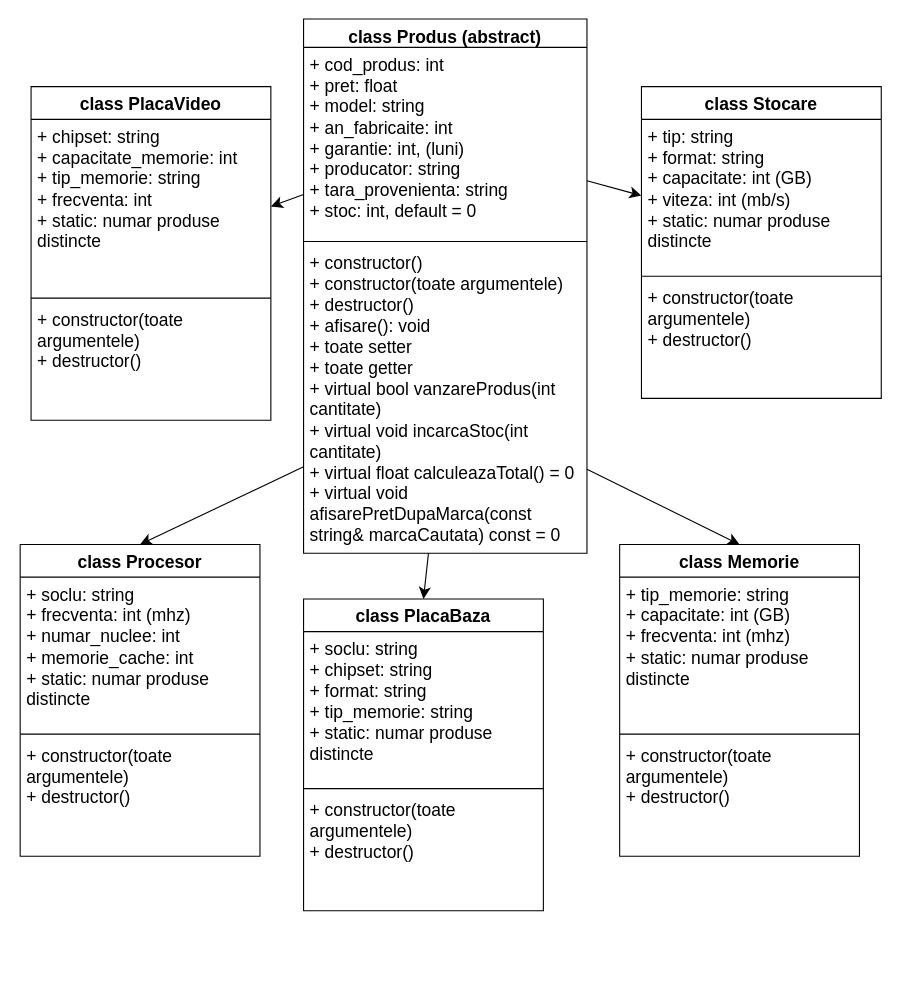
and-eu/Proiect_POO keeps this draw.io diagram as diagrame/clase.drawio. Above is the earlier version. Source tidied: cells renumbered, new cells numbered last; positions are measured from the earlier drawing's top-left corner, leaving out a move shared by most shapes. Both pictures are drawn from the tidied source at 109%, with x=0, y=0 at pixel (20, 19).
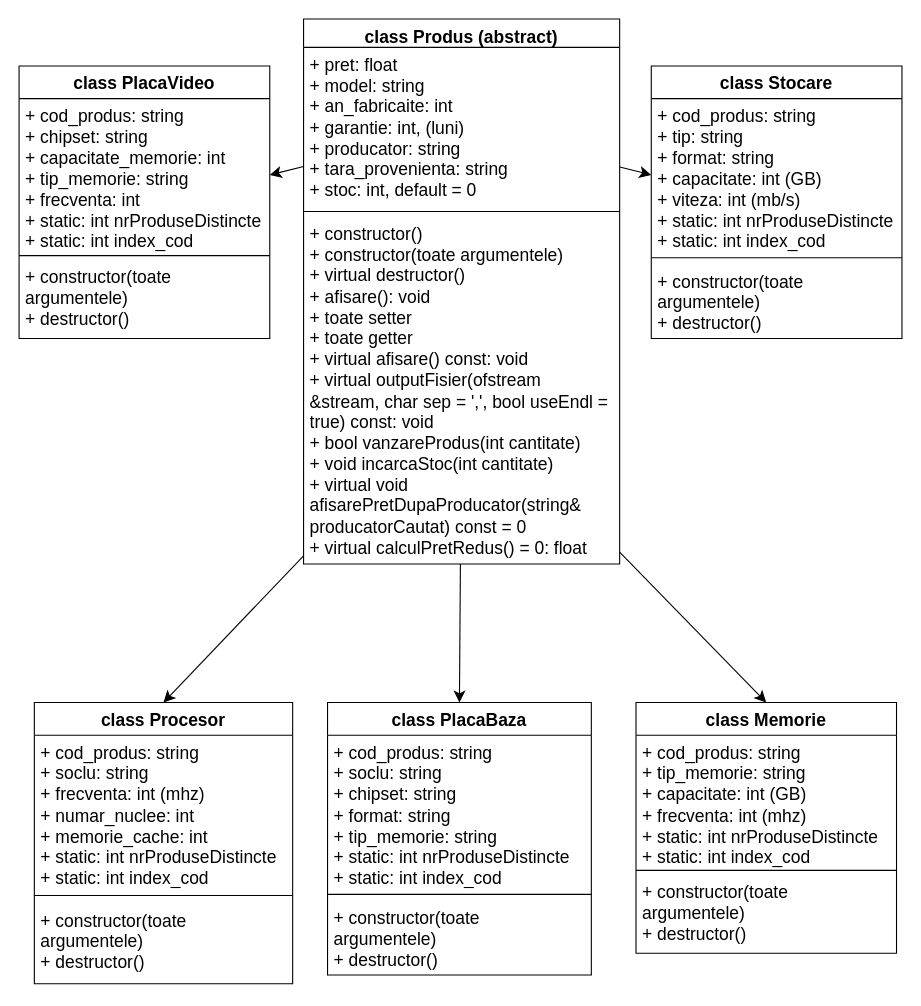
Above is the later version.

Commit message:
corecturi aduse diagramei clase

What changed in the source:
```diff
@@
     <mxCell id="2" value="class Produs (abstract)" style="swimlane;fontStyle=1;align=center;verticalAlign=top;horizontal=1;startSize=26;whiteSpace=wrap;html=1;fontSize=16;" parent="1" vertex="1">
-      <mxGeometry x="260" width="260" height="490" as="geometry" />
+      <mxGeometry x="260" width="290" height="500" as="geometry" />
     </mxCell>
-    <mxCell id="3" value="+ cod_produs: int&lt;br&gt;+&amp;nbsp;pret: float&lt;br&gt;+ model: string&lt;br&gt;+&amp;nbsp;an_fabricaite: int&lt;br&gt;+ garantie: int, (luni)&lt;br&gt;+ producator: string&lt;br&gt;+ tara_provenienta: string&lt;br&gt;+ stoc: int, default = 0" style="text;strokeColor=none;fillColor=none;align=left;verticalAlign=top;spacingLeft=4;spacingRight=4;overflow=hidden;points=[[0,0.5],[1,0.5]];portConstraint=eastwest;whiteSpace=wrap;html=1;fontSize=16;" parent="2" vertex="1">
-      <mxGeometry y="26" width="260" height="174" as="geometry" />
+    <mxCell id="3" value="+&amp;nbsp;pret: float&lt;br&gt;+ model: string&lt;br&gt;+&amp;nbsp;an_fabricaite: int&lt;br&gt;+ garantie: int, (luni)&lt;br&gt;+ producator: string&lt;br&gt;+ tara_provenienta: string&lt;br&gt;+ stoc: int, default = 0" style="text;strokeColor=none;fillColor=none;align=left;verticalAlign=top;spacingLeft=4;spacingRight=4;overflow=hidden;points=[[0,0.5],[1,0.5]];portConstraint=eastwest;whiteSpace=wrap;html=1;fontSize=16;" parent="2" vertex="1">
+      <mxGeometry y="26" width="290" height="146" as="geometry" />
     </mxCell>
     <mxCell id="4" style="line;strokeWidth=1;fillColor=none;align=left;verticalAlign=middle;spacingTop=-1;spacingLeft=3;spacingRight=3;labelPosition=right;strokeColor=inherit;fontSize=16;" parent="2" vertex="1">
-      <mxGeometry y="200" width="260" height="8" as="geometry" />
+      <mxGeometry y="172" width="290" height="9" as="geometry" />
     </mxCell>
-    <mxCell id="5" value="+ constructor()&lt;br&gt;+ constructor(toate argumentele)&lt;br&gt;+ destructor()&lt;br&gt;+ afisare(): void&lt;br&gt;+ toate setter&lt;br&gt;+ toate getter&lt;br&gt;+ virtual bool vanzareProdus(int cantitate)&lt;br&gt;+ virtual void incarcaStoc(int cantitate)&lt;br&gt;+&amp;nbsp;virtual float calculeazaTotal() = 0&lt;br&gt;+ virtual void afisarePretDupaMarca(const string&amp;amp; marcaCautata) const = 0" style="text;strokeColor=none;fillColor=none;align=left;verticalAlign=top;spacingLeft=4;spacingRight=4;overflow=hidden;points=[[0,0.5],[1,0.5]];portConstraint=eastwest;whiteSpace=wrap;html=1;fontSize=16;" parent="2" vertex="1">
-      <mxGeometry y="208" width="260" height="282" as="geometry" />
+    <mxCell id="5" value="+ constructor()&lt;br&gt;+ constructor(toate argumentele)&lt;br&gt;+ virtual destructor()&lt;br&gt;+ afisare(): void&lt;br&gt;+ toate setter&lt;br&gt;+ toate getter&lt;br&gt;+&amp;nbsp;virtual afisare() const: void&amp;nbsp;&lt;br&gt;+&amp;nbsp;virtual outputFisier(ofstream &amp;amp;stream, char sep = ',', bool useEndl = true) const: void&amp;nbsp;&lt;br&gt;+ bool vanzareProdus(int cantitate)&lt;br&gt;+ void incarcaStoc(int cantitate)&lt;br&gt;+ virtual void afisarePretDupaProducator(string&amp;amp; producatorCautat) const = 0&lt;br&gt;+&amp;nbsp;virtual calculPretRedus() = 0: float&amp;nbsp;" style="text;strokeColor=none;fillColor=none;align=left;verticalAlign=top;spacingLeft=4;spacingRight=4;overflow=hidden;points=[[0,0.5],[1,0.5]];portConstraint=eastwest;whiteSpace=wrap;html=1;fontSize=16;" parent="2" vertex="1">
+      <mxGeometry y="181" width="290" height="319" as="geometry" />
     </mxCell>
     <mxCell id="6" value="class Procesor" style="swimlane;fontStyle=1;align=center;verticalAlign=top;horizontal=1;startSize=30;whiteSpace=wrap;html=1;fontSize=16;" parent="1" vertex="1">
-      <mxGeometry y="482" width="220" height="286" as="geometry" />
+      <mxGeometry x="13" y="627" width="237" height="258" as="geometry" />
     </mxCell>
-    <mxCell id="7" value="+ soclu: string&lt;br&gt;+ frecventa: int (mhz)&lt;br&gt;+ numar_nuclee: int&lt;br&gt;+ memorie_cache: int&lt;br&gt;+ static: numar produse distincte" style="text;strokeColor=none;fillColor=none;align=left;verticalAlign=top;spacingLeft=4;spacingRight=4;overflow=hidden;whiteSpace=wrap;html=1;fontSize=16;" parent="6" vertex="1">
-      <mxGeometry y="30" width="220" height="140" as="geometry" />
+    <mxCell id="7" value="+ cod_produs: string&lt;br&gt;+ soclu: string&lt;br&gt;+ frecventa: int (mhz)&lt;br&gt;+ numar_nuclee: int&lt;br&gt;+ memorie_cache: int&lt;br&gt;+ static: int nrProduseDistincte&lt;br style=&quot;border-color: var(--border-color);&quot;&gt;+&amp;nbsp;static: int index_cod" style="text;strokeColor=none;fillColor=none;align=left;verticalAlign=top;spacingLeft=4;spacingRight=4;overflow=hidden;whiteSpace=wrap;html=1;fontSize=16;" parent="6" vertex="1">
+      <mxGeometry y="30" width="237" height="140" as="geometry" />
     </mxCell>
     <mxCell id="8" style="line;strokeWidth=1;fillColor=none;align=left;verticalAlign=middle;spacingTop=-1;spacingLeft=3;spacingRight=3;labelPosition=right;strokeColor=inherit;fontSize=16;" parent="6" vertex="1">
-      <mxGeometry y="170" width="220" height="8" as="geometry" />
+      <mxGeometry y="170" width="237" height="14" as="geometry" />
     </mxCell>
     <mxCell id="9" value="+ constructor(toate argumentele)&lt;br style=&quot;border-color: var(--border-color);&quot;&gt;+ destructor()" style="text;strokeColor=none;fillColor=none;align=left;verticalAlign=top;spacingLeft=4;spacingRight=4;overflow=hidden;whiteSpace=wrap;html=1;fontSize=16;" parent="6" vertex="1">
-      <mxGeometry y="178" width="220" height="108" as="geometry" />
+      <mxGeometry y="184" width="237" height="74" as="geometry" />
     </mxCell>
     <mxCell id="10" value="class PlacaBaza" style="swimlane;fontStyle=1;align=center;verticalAlign=top;horizontal=1;startSize=30;whiteSpace=wrap;html=1;fontSize=16;" parent="1" vertex="1">
-      <mxGeometry x="260" y="532" width="220" height="286" as="geometry" />
+      <mxGeometry x="282" y="627" width="242" height="250" as="geometry" />
     </mxCell>
-    <mxCell id="11" value="+ soclu: string&lt;br&gt;+ chipset: string&lt;br&gt;+ format: string&lt;br&gt;+ tip_memorie: string&lt;br&gt;+ static:&amp;nbsp;numar produse distincte" style="text;strokeColor=none;fillColor=none;align=left;verticalAlign=top;spacingLeft=4;spacingRight=4;overflow=hidden;whiteSpace=wrap;html=1;fontSize=16;" parent="10" vertex="1">
-      <mxGeometry y="30" width="220" height="140" as="geometry" />
+    <mxCell id="11" value="+ cod_produs: string&lt;br&gt;+ soclu: string&lt;br&gt;+ chipset: string&lt;br&gt;+ format: string&lt;br&gt;+ tip_memorie: string&lt;br&gt;+ static: int nrProduseDistincte&lt;br style=&quot;border-color: var(--border-color);&quot;&gt;+&amp;nbsp;static: int index_cod" style="text;strokeColor=none;fillColor=none;align=left;verticalAlign=top;spacingLeft=4;spacingRight=4;overflow=hidden;whiteSpace=wrap;html=1;fontSize=16;" parent="10" vertex="1">
+      <mxGeometry y="30" width="242" height="140" as="geometry" />
     </mxCell>
     <mxCell id="12" style="line;strokeWidth=1;fillColor=none;align=left;verticalAlign=middle;spacingTop=-1;spacingLeft=3;spacingRight=3;labelPosition=right;strokeColor=inherit;fontSize=16;" parent="10" vertex="1">
-      <mxGeometry y="170" width="220" height="8" as="geometry" />
+      <mxGeometry y="170" width="242" height="12" as="geometry" />
     </mxCell>
     <mxCell id="13" value="+ constructor(toate argumentele)&lt;br style=&quot;border-color: var(--border-color);&quot;&gt;+ destructor()" style="text;strokeColor=none;fillColor=none;align=left;verticalAlign=top;spacingLeft=4;spacingRight=4;overflow=hidden;whiteSpace=wrap;html=1;fontSize=16;" parent="10" vertex="1">
-      <mxGeometry y="178" width="220" height="108" as="geometry" />
+      <mxGeometry y="182" width="242" height="68" as="geometry" />
     </mxCell>
     <mxCell id="14" value="class Memorie" style="swimlane;fontStyle=1;align=center;verticalAlign=top;horizontal=1;startSize=30;whiteSpace=wrap;html=1;fontSize=16;" parent="1" vertex="1">
-      <mxGeometry x="550" y="482" width="220" height="286" as="geometry" />
+      <mxGeometry x="565" y="627" width="239" height="230" as="geometry" />
     </mxCell>
-    <mxCell id="15" value="+ tip_memorie: string&lt;br&gt;+ capacitate: int (GB)&lt;br&gt;+ frecventa: int (mhz)&lt;br&gt;+ static:&amp;nbsp;numar produse distincte" style="text;strokeColor=none;fillColor=none;align=left;verticalAlign=top;spacingLeft=4;spacingRight=4;overflow=hidden;whiteSpace=wrap;html=1;fontSize=16;" parent="14" vertex="1">
-      <mxGeometry y="30" width="220" height="140" as="geometry" />
+    <mxCell id="15" value="+ cod_produs: string&lt;br&gt;+ tip_memorie: string&lt;br&gt;+ capacitate: int (GB)&lt;br&gt;+ frecventa: int (mhz)&lt;br&gt;+ static: int nrProduseDistincte&lt;br style=&quot;border-color: var(--border-color);&quot;&gt;+&amp;nbsp;static: int index_cod" style="text;strokeColor=none;fillColor=none;align=left;verticalAlign=top;spacingLeft=4;spacingRight=4;overflow=hidden;whiteSpace=wrap;html=1;fontSize=16;" parent="14" vertex="1">
+      <mxGeometry y="30" width="239" height="120" as="geometry" />
     </mxCell>
     <mxCell id="16" style="line;strokeWidth=1;fillColor=none;align=left;verticalAlign=middle;spacingTop=-1;spacingLeft=3;spacingRight=3;labelPosition=right;strokeColor=inherit;fontSize=16;" parent="14" vertex="1">
-      <mxGeometry y="170" width="220" height="8" as="geometry" />
+      <mxGeometry y="150" width="239" height="8" as="geometry" />
     </mxCell>
     <mxCell id="17" value="+ constructor(toate argumentele)&lt;br style=&quot;border-color: var(--border-color);&quot;&gt;+ destructor()" style="text;strokeColor=none;fillColor=none;align=left;verticalAlign=top;spacingLeft=4;spacingRight=4;overflow=hidden;whiteSpace=wrap;html=1;fontSize=16;" parent="14" vertex="1">
-      <mxGeometry y="178" width="220" height="108" as="geometry" />
+      <mxGeometry y="158" width="239" height="72" as="geometry" />
     </mxCell>
     <mxCell id="18" value="class Stocare" style="swimlane;fontStyle=1;align=center;verticalAlign=top;horizontal=1;startSize=30;whiteSpace=wrap;html=1;fontSize=16;" parent="1" vertex="1">
-      <mxGeometry x="570" y="62" width="220" height="286" as="geometry" />
+      <mxGeometry x="579" y="43" width="230" height="250" as="geometry" />
     </mxCell>
-    <mxCell id="19" value="+ tip: string&lt;br&gt;+ format: string&lt;br&gt;+ capacitate: int (GB)&lt;br&gt;+ viteza: int (mb/s)&lt;br&gt;+ static:&amp;nbsp;numar produse distincte" style="text;strokeColor=none;fillColor=none;align=left;verticalAlign=top;spacingLeft=4;spacingRight=4;overflow=hidden;points=[[0,0.5],[1,0.5]];portConstraint=eastwest;whiteSpace=wrap;html=1;fontSize=16;" parent="18" vertex="1">
-      <mxGeometry y="30" width="220" height="140" as="geometry" />
+    <mxCell id="19" value="+ cod_produs: string&lt;br&gt;+ tip: string&lt;br&gt;+ format: string&lt;br&gt;+ capacitate: int (GB)&lt;br&gt;+ viteza: int (mb/s)&lt;br&gt;+ static: int nrProduseDistincte&lt;br style=&quot;border-color: var(--border-color);&quot;&gt;+&amp;nbsp;static: int index_cod" style="text;strokeColor=none;fillColor=none;align=left;verticalAlign=top;spacingLeft=4;spacingRight=4;overflow=hidden;points=[[0,0.5],[1,0.5]];portConstraint=eastwest;whiteSpace=wrap;html=1;fontSize=16;" parent="18" vertex="1">
+      <mxGeometry y="30" width="230" height="140" as="geometry" />
     </mxCell>
     <mxCell id="20" style="line;strokeWidth=1;fillColor=none;align=left;verticalAlign=middle;spacingTop=-1;spacingLeft=3;spacingRight=3;labelPosition=right;strokeColor=inherit;fontSize=16;" parent="18" vertex="1">
-      <mxGeometry y="170" width="220" height="8" as="geometry" />
+      <mxGeometry y="170" width="230" height="12" as="geometry" />
     </mxCell>
     <mxCell id="21" value="+ constructor(toate argumentele)&lt;br style=&quot;border-color: var(--border-color);&quot;&gt;+ destructor()" style="text;strokeColor=none;fillColor=none;align=left;verticalAlign=top;spacingLeft=4;spacingRight=4;overflow=hidden;whiteSpace=wrap;html=1;fontSize=16;" parent="18" vertex="1">
-      <mxGeometry y="178" width="220" height="108" as="geometry" />
+      <mxGeometry y="182" width="230" height="68" as="geometry" />
     </mxCell>
     <mxCell id="22" value="class PlacaVideo" style="swimlane;fontStyle=1;align=center;verticalAlign=top;horizontal=1;startSize=30;whiteSpace=wrap;html=1;fontSize=16;" parent="1" vertex="1">
-      <mxGeometry x="10" y="62" width="220" height="306" as="geometry" />
+      <mxGeometry x="-1" y="43" width="230" height="250" as="geometry" />
     </mxCell>
-    <mxCell id="23" value="+ chipset: string&lt;br&gt;+ capacitate_memorie: int&lt;br&gt;+ tip_memorie: string&lt;br&gt;+ frecventa: int&lt;br&gt;+ static: numar produse distincte" style="text;strokeColor=none;fillColor=none;align=left;verticalAlign=top;spacingLeft=4;spacingRight=4;overflow=hidden;points=[[0,0.5],[1,0.5]];portConstraint=eastwest;whiteSpace=wrap;html=1;fontSize=16;" parent="22" vertex="1">
-      <mxGeometry y="30" width="220" height="160" as="geometry" />
+    <mxCell id="23" value="+ cod_produs: string&amp;nbsp;&lt;br&gt;+ chipset: string&lt;br&gt;+ capacitate_memorie: int&lt;br&gt;+ tip_memorie: string&lt;br&gt;+ frecventa: int&lt;br&gt;+ static: int nrProduseDistincte&lt;br&gt;+&amp;nbsp;static: int index_cod" style="text;strokeColor=none;fillColor=none;align=left;verticalAlign=top;spacingLeft=4;spacingRight=4;overflow=hidden;points=[[0,0.5],[1,0.5]];portConstraint=eastwest;whiteSpace=wrap;html=1;fontSize=16;" parent="22" vertex="1">
+      <mxGeometry y="30" width="230" height="140" as="geometry" />
     </mxCell>
     <mxCell id="24" style="line;strokeWidth=1;fillColor=none;align=left;verticalAlign=middle;spacingTop=-1;spacingLeft=3;spacingRight=3;labelPosition=right;strokeColor=inherit;fontSize=16;" parent="22" vertex="1">
-      <mxGeometry y="190" width="220" height="8" as="geometry" />
+      <mxGeometry y="170" width="230" height="8" as="geometry" />
     </mxCell>
     <mxCell id="25" value="+ constructor(toate argumentele)&lt;br style=&quot;border-color: var(--border-color);&quot;&gt;+ destructor()" style="text;strokeColor=none;fillColor=none;align=left;verticalAlign=top;spacingLeft=4;spacingRight=4;overflow=hidden;whiteSpace=wrap;html=1;fontSize=16;" parent="22" vertex="1">
-      <mxGeometry y="198" width="220" height="108" as="geometry" />
+      <mxGeometry y="178" width="230" height="72" as="geometry" />
     </mxCell>
```
